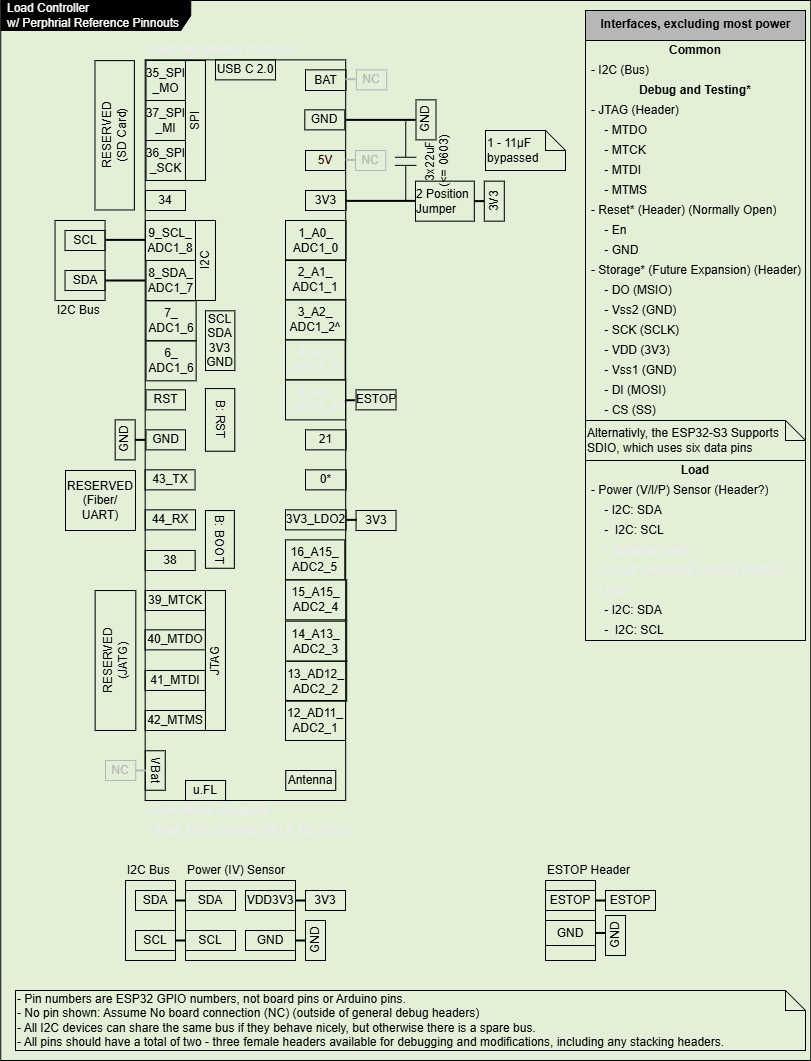
BobSaidHi/2026-Controls_Core keeps this draw.io diagram as Hardware-Pinouts/CtrlPO_Load.png. Above is the earlier version. Source tidied: cells renumbered, new cells last; positions are measured from the earlier drawing's top-left corner, leaving out a move shared by most shapes.
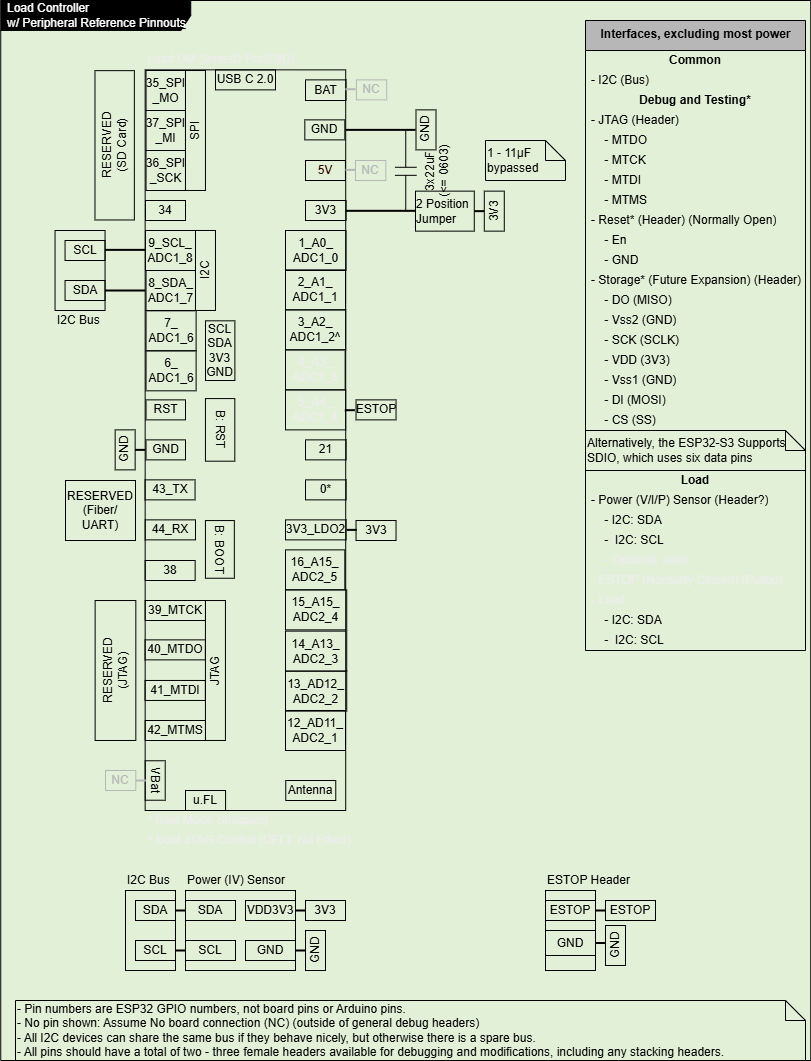
After the change.

Diff of the diagram source:
```diff
@@ -2,8 +2,8 @@
   <root>
     <mxCell id="0" />
     <mxCell id="1" parent="0" />
-    <mxCell id="2" value="&lt;font color=&quot;#ffffff&quot;&gt;Load Controller&lt;br&gt;w/ Perphrial Reference Pinnouts&lt;/font&gt;" style="shape=umlFrame;whiteSpace=wrap;html=1;width=190;height=30;boundedLbl=1;verticalAlign=middle;align=left;spacingLeft=5;fontColor=#000000;strokeColor=#000000;fillColor=#000000;gradientColor=#000000;fillStyle=solid;fontStyle=4;" parent="1" vertex="1">
-      <mxGeometry x="0.2" width="810" height="1060" as="geometry" />
+    <mxCell id="2" value="&lt;font color=&quot;#ffffff&quot;&gt;Load Controller&lt;br&gt;w/ Peripheral Reference Pinnouts&lt;/font&gt;" style="shape=umlFrame;whiteSpace=wrap;html=1;width=190;height=30;boundedLbl=1;verticalAlign=middle;align=left;spacingLeft=5;fontColor=#000000;strokeColor=#000000;fillColor=#000000;gradientColor=#000000;fillStyle=solid;fontStyle=4;" parent="1" vertex="1">
+      <mxGeometry x="0.2" y="-10" width="810" height="1060" as="geometry" />
     </mxCell>
     <mxCell id="3" value="&lt;span style=&quot;color: rgba(0, 0, 0, 0); font-family: monospace; font-size: 0px; text-align: start;&quot;&gt;%3CmxGraphModel%3E%3Croot%3E%3CmxCell%20id%3D%220%22%2F%3E%3CmxCell%20id%3D%221%22%20parent%3D%220%22%2F%3E%3CmxCell%20id%3D%222%22%20value%3D%22Common%22%20style%3D%22text%3Bhtml%3D1%3BstrokeColor%3Dnone%3BfillColor%3Dnone%3Balign%3Dcenter%3BverticalAlign%3Dmiddle%3BspacingLeft%3D4%3BspacingRight%3D4%3Boverflow%3Dhidden%3Brotatable%3D0%3Bpoints%3D%5B%5B0%2C0.5%5D%2C%5B1%2C0.5%5D%5D%3BportConstraint%3Deastwest%3BfontColor%3D%23000000%3B%22%20vertex%3D%221%22%20parent%3D%221%22%3E%3CmxGeometry%20x%3D%22530%22%20y%3D%2280%22%20width%3D%22272.5%22%20height%3D%2220%22%20as%3D%22geometry%22%2F%3E%3C%2FmxCell%3E%3C%2Froot%3E%3C%2FmxGraphModel%3E&lt;/span&gt;" style="rounded=0;whiteSpace=wrap;html=1;fillColor=none;strokeColor=#000000;fontColor=#000000;" parent="1" vertex="1">
       <mxGeometry x="144.7" y="59.4" width="200.5" height="740.6" as="geometry" />
@@ -86,7 +86,7 @@
     <mxCell id="29" value="- Storage* (Future Expansion) (Header)" style="text;html=1;align=left;verticalAlign=middle;spacingLeft=4;spacingRight=4;overflow=hidden;fontColor=#000000;strokeColor=none;" parent="17" vertex="1">
       <mxGeometry y="250" width="220" height="20" as="geometry" />
     </mxCell>
-    <mxCell id="30" value="&lt;font style=&quot;&quot;&gt;&lt;font style=&quot;color: light-dark(rgb(0, 0, 0), rgb(255, 255, 255));&quot;&gt;&amp;nbsp; &amp;nbsp; -&amp;nbsp;&lt;/font&gt;&lt;span style=&quot;text-align: center;&quot;&gt;&lt;font style=&quot;color: light-dark(rgb(0, 0, 0), rgb(255, 255, 255));&quot;&gt;DO (MSIO)&lt;/font&gt;&lt;/span&gt;&lt;/font&gt;" style="text;html=1;align=left;verticalAlign=middle;spacingLeft=4;spacingRight=4;overflow=hidden;fontColor=#000000;strokeColor=none;" parent="17" vertex="1">
+    <mxCell id="30" value="&lt;font style=&quot;&quot;&gt;&lt;font style=&quot;color: light-dark(rgb(0, 0, 0), rgb(255, 255, 255));&quot;&gt;&amp;nbsp; &amp;nbsp; -&amp;nbsp;&lt;/font&gt;&lt;span style=&quot;text-align: center;&quot;&gt;&lt;font style=&quot;color: light-dark(rgb(0, 0, 0), rgb(255, 255, 255));&quot;&gt;DO (MISO)&lt;/font&gt;&lt;/span&gt;&lt;/font&gt;" style="text;html=1;align=left;verticalAlign=middle;spacingLeft=4;spacingRight=4;overflow=hidden;fontColor=#000000;strokeColor=none;" parent="17" vertex="1">
       <mxGeometry y="270" width="220" height="20" as="geometry" />
     </mxCell>
     <mxCell id="31" value="&amp;nbsp; &amp;nbsp; - Vss2 (GND)" style="text;html=1;align=left;verticalAlign=middle;spacingLeft=4;spacingRight=4;overflow=hidden;fontColor=#000000;strokeColor=none;" parent="17" vertex="1">
@@ -107,7 +107,7 @@
     <mxCell id="36" value="&amp;nbsp; &amp;nbsp; - CS (SS)" style="text;html=1;align=left;verticalAlign=middle;spacingLeft=4;spacingRight=4;overflow=hidden;fontColor=#000000;strokeColor=none;" parent="17" vertex="1">
       <mxGeometry y="390" width="220" height="20" as="geometry" />
     </mxCell>
-    <mxCell id="37" value="&lt;font style=&quot;color: light-dark(rgb(0, 0, 0), rgb(255, 255, 255));&quot;&gt;Alternativly, the ESP32-S3 Supports SDIO, which uses six data pins&lt;/font&gt;" style="shape=note;size=20;whiteSpace=wrap;html=1;strokeColor=#000000;fontColor=#000000;fillColor=none;align=left;" parent="17" vertex="1">
+    <mxCell id="37" value="&lt;font style=&quot;color: light-dark(rgb(0, 0, 0), rgb(255, 255, 255));&quot;&gt;Alternatively, the ESP32-S3 Supports SDIO, which uses six data pins&lt;/font&gt;" style="shape=note;size=20;whiteSpace=wrap;html=1;strokeColor=#000000;fontColor=#000000;fillColor=none;align=left;" parent="17" vertex="1">
       <mxGeometry y="410" width="220" height="40" as="geometry" />
     </mxCell>
     <mxCell id="38" value="&lt;b&gt;&lt;font style=&quot;color: light-dark(rgb(0, 0, 0), rgb(255, 255, 255));&quot;&gt;Load&lt;/font&gt;&lt;/b&gt;" style="text;html=1;strokeColor=none;fillColor=none;align=center;verticalAlign=middle;spacingLeft=4;spacingRight=4;overflow=hidden;fontColor=#000000;" parent="17" vertex="1">
@@ -401,7 +401,7 @@
     <mxCell id="134" value="RESERVED&lt;div&gt;(Fiber/ UART)&lt;/div&gt;" style="text;html=1;strokeColor=#000000;fillColor=none;align=center;verticalAlign=middle;whiteSpace=wrap;rounded=0;fontColor=#000000;rotation=0;" parent="1" vertex="1">
       <mxGeometry x="65" y="470" width="70" height="60" as="geometry" />
     </mxCell>
-    <mxCell id="135" value="RESERVED&lt;div&gt;(JATG)&lt;/div&gt;" style="text;html=1;strokeColor=#000000;fillColor=none;align=center;verticalAlign=middle;whiteSpace=wrap;rounded=0;fontColor=#000000;rotation=-90;" parent="1" vertex="1">
+    <mxCell id="135" value="RESERVED&lt;div&gt;(JTAG)&lt;/div&gt;" style="text;html=1;strokeColor=#000000;fillColor=none;align=center;verticalAlign=middle;whiteSpace=wrap;rounded=0;fontColor=#000000;rotation=-90;" parent="1" vertex="1">
       <mxGeometry x="45" y="639.6" width="139.9" height="40.7" as="geometry" />
     </mxCell>
     <mxCell id="136" value="&lt;span&gt;&lt;font style=&quot;color: light-dark(rgb(237, 237, 237), rgb(255, 255, 255));&quot;&gt;^ Boot JTAG Control (DFLT: No Effect)&lt;/font&gt;&lt;/span&gt;" style="text;html=1;strokeColor=none;fillColor=none;align=left;verticalAlign=middle;whiteSpace=wrap;rounded=0;fontColor=#000000;" parent="1" vertex="1">
```
